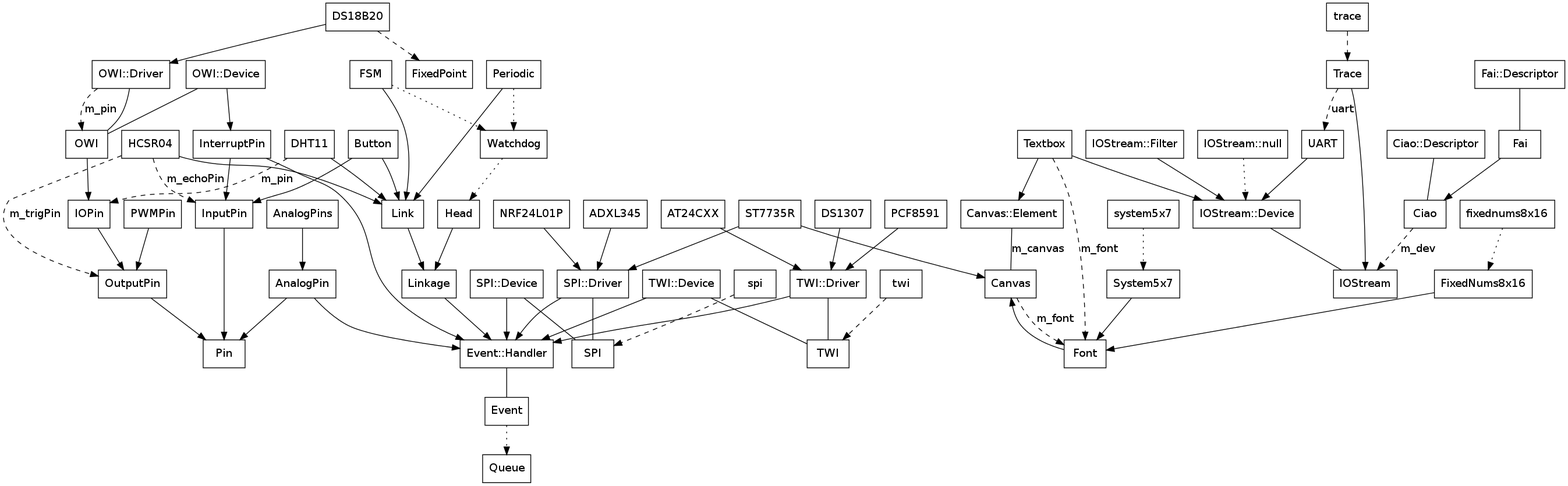
Before: CLASS.png, a diagram exported from Graphviz (mikaelpatel/Cosa). Its source is kept beside it as CLASS.dot.
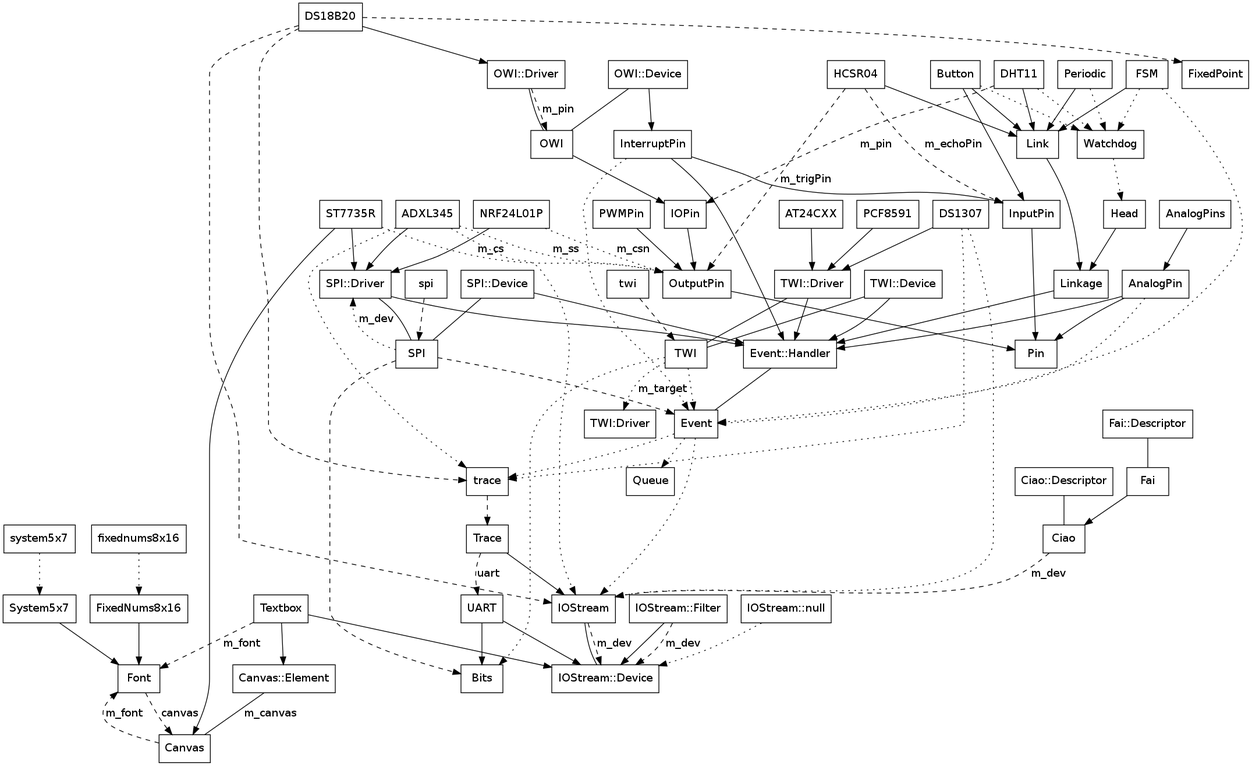
After the change.

Commit message:
Updating class overview graph. Simple makefile to generate graph (graphwiz).

Diff of the diagram source:
```diff
@@ -8,6 +8,8 @@
 
 "Event::Handler" -> "Event" [arrowhead=none];
 "Event" -> "Queue" [style=dotted];
+"Event" -> "IOStream" [style=dotted];
+"Event" -> "trace" [style=dotted];
 "Watchdog" -> "Head" [style=dotted];
 
 "Periodic" -> "Link";
@@ -15,22 +17,26 @@
 
 "FSM" -> "Link";
 "FSM" -> "Watchdog" [style=dotted];
+"FSM" -> "Event" [style=dotted];
 
 "InputPin" -> "Pin";
 "InterruptPin" -> "InputPin";
 "InterruptPin" -> "Event::Handler";
+"InterruptPin" -> "Event" [style=dotted];
 "OutputPin" -> "Pin";
 "PWMPin" -> "OutputPin";
 "IOPin" -> "OutputPin";
 "AnalogPin" -> "Pin";
 "AnalogPin" -> "Event::Handler";
+"AnalogPin" -> "Event" [style=dotted];
 "AnalogPins" -> "AnalogPin";
 
 "Button" -> "InputPin";
 "Button" -> "Link";
+"Button" -> "Watchdog" [style=dotted];
 
 "Canvas" -> "Font" [style=dashed,label=m_font];
-"Font" -> "Canvas";
+"Font" -> "Canvas" [style=dashed,label=canvas];
 "system5x7" -> "System5x7" [style=dotted];
 "System5x7" -> "Font";
 "fixednums8x16" -> "FixedNums8x16" [style=dotted];
@@ -50,14 +56,19 @@
 "Trace" -> "IOStream";
 "Trace" -> "UART" [style=dashed,label=uart];
 
+"IOStream" -> "IOStream::Device" [style=dashed,label=m_dev];
 "IOStream::Device" -> "IOStream" [arrowhead=none];
 "IOStream::Filter" -> "IOStream::Device";
+"IOStream::Filter" -> "IOStream::Device" [style=dashed,label=m_dev];
 "IOStream::null" -> "IOStream::Device" [style=dotted];
 
 "UART" -> "IOStream::Device";
+"UART" -> "Bits";
 
 "DHT11" -> "Link";
 "DHT11" -> "IOPin" [style=dashed,label=m_pin];
+"DHT11" -> "Watchdog" [style=dotted];
+
 "HCSR04" -> "Link";
 "HCSR04" -> "OutputPin" [style=dashed,label=m_trigPin];
 "HCSR04" -> "InputPin" [style=dashed,label=m_echoPin];
@@ -69,20 +80,36 @@
 "OWI::Device" -> "InterruptPin";
 
 "DS18B20" -> "OWI::Driver";
+"DS18B20" -> "IOStream" [style=dashed];
+"DS18B20" -> "trace" [style=dashed];
 "DS18B20" -> "FixedPoint" [style=dashed];
 
 "spi" -> "SPI" [style=dashed];
+"SPI" -> "Bits" [style=dashed];
+"SPI" -> "Event" [style=dashed];
+"SPI" -> "SPI::Driver" [style=dotted,label=m_dev];
 "SPI::Driver" -> "SPI" [arrowhead=none];
 "SPI::Driver" -> "Event::Handler";
 "SPI::Device" -> "SPI" [arrowhead=none];
 "SPI::Device" -> "Event::Handler";
 
 "ADXL345" -> "SPI::Driver";
+"ADXL345" -> "OutputPin" [style=dotted,label=m_ss];
+"ADXL345" -> "IOStream" [style=dotted];
+"ADXL345" -> "trace" [style=dotted];
+
 "NRF24L01P" -> "SPI::Driver";
+"NRF24L01P" -> "OutputPin" [style=dotted,label=m_csn,mce];
+
 "ST7735R" -> "SPI::Driver";
 "ST7735R" -> "Canvas";
+"ST7735R" -> "OutputPin" [style=dotted,label=m_cs,m_dc];
 
 "twi" -> "TWI" [style=dashed];
+"TWI" -> "Bits" [style=dotted];
+"TWI" -> "Event" [style=dotted];
+"TWI" -> "TWI:Driver" [style=dotted,label=m_target];
+
 "TWI::Driver" -> "TWI" [arrowhead=none];
 "TWI::Driver" -> "Event::Handler";
 "TWI::Device" -> "TWI" [arrowhead=none];
@@ -90,5 +117,7 @@
 
 "AT24CXX" -> "TWI::Driver";
 "DS1307" -> "TWI::Driver";
+"DS1307" -> "IOStream" [style=dotted];
+"DS1307" -> "trace" [style=dotted];
 "PCF8591" -> "TWI::Driver";
 }
```
